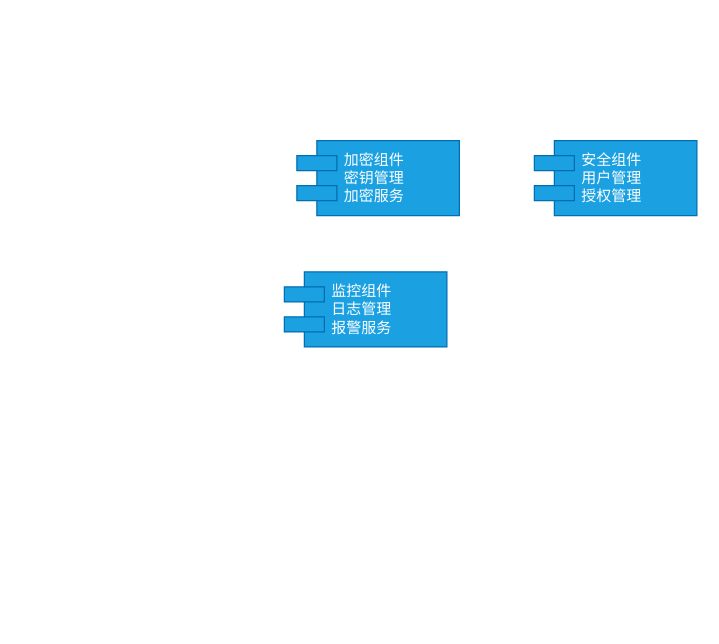
Above: Untitled Diagram.drawio in liufeng4466/dubbo (draw.io), before the change. Source tidied: cells renumbered, new cells numbered last; positions are measured from the earlier drawing's top-left corner, leaving out a move shared by most shapes. Both pictures are drawn from the tidied source at 125%, with x=0, y=0 at pixel (284, 140).
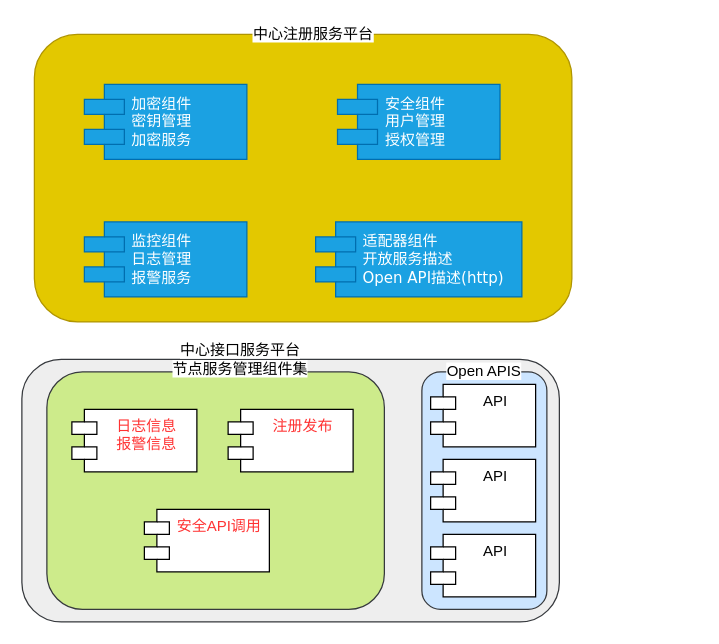
The same diagram, later.

What changed in the source:
```diff
@@
 <mxGraphModel background="#ffffff">
   <root>
     <mxCell id="0" />
     <mxCell id="1" parent="0" />
+    <mxCell id="5" style="rounded=1;whiteSpace=wrap;html=1;fillColor=#eeeeee;strokeColor=#36393d;" parent="1" vertex="1">
+      <mxGeometry x="-210" y="175" width="430" height="210" as="geometry" />
+    </mxCell>
+    <mxCell id="6" style="rounded=1;whiteSpace=wrap;html=1;fillColor=#cdeb8b;strokeColor=#36393d;" parent="1" vertex="1">
+      <mxGeometry x="-190" y="185" width="270" height="190" as="geometry" />
+    </mxCell>
+    <mxCell id="7" value="日志信息&#10;报警信息" style="shape=module;align=left;spacingLeft=20;align=center;verticalAlign=top;fontColor=#FF3333;" parent="1" vertex="1">
+      <mxGeometry x="-170" y="215" width="100" height="50" as="geometry" />
+    </mxCell>
+    <mxCell id="8" value="注册发布" style="shape=module;align=left;spacingLeft=20;align=center;verticalAlign=top;fontColor=#FF3333;" parent="1" vertex="1">
+      <mxGeometry x="-45" y="215" width="100" height="50" as="geometry" />
+    </mxCell>
+    <mxCell id="9" value="安全API调用" style="shape=module;align=left;spacingLeft=20;align=center;verticalAlign=top;fontColor=#FF3333;" parent="1" vertex="1">
+      <mxGeometry x="-112" y="295" width="100" height="50" as="geometry" />
+    </mxCell>
+    <mxCell id="10" style="rounded=1;whiteSpace=wrap;html=1;fillColor=#cce5ff;strokeColor=#36393d;" parent="1" vertex="1">
+      <mxGeometry x="110" y="185" width="100" height="190" as="geometry" />
+    </mxCell>
+    <mxCell id="11" value="API" style="shape=module;align=left;spacingLeft=20;align=center;verticalAlign=top;" parent="1" vertex="1">
+      <mxGeometry x="117" y="195" width="84" height="50" as="geometry" />
+    </mxCell>
+    <mxCell id="12" value="API" style="shape=module;align=left;spacingLeft=20;align=center;verticalAlign=top;" parent="1" vertex="1">
+      <mxGeometry x="117" y="255" width="84" height="50" as="geometry" />
+    </mxCell>
+    <mxCell id="13" value="API" style="shape=module;align=left;spacingLeft=20;align=center;verticalAlign=top;" parent="1" vertex="1">
+      <mxGeometry x="117" y="315" width="84" height="50" as="geometry" />
+    </mxCell>
+    <mxCell id="14" style="rounded=1;whiteSpace=wrap;html=1;fillColor=#e3c800;strokeColor=#B09500;fontColor=#ffffff;" parent="1" vertex="1">
+      <mxGeometry x="-200" y="-85" width="430" height="230" as="geometry" />
+    </mxCell>
     <mxCell id="2" value="加密组件&lt;br&gt;密钥管理&lt;br&gt;加密服务" style="shape=component;align=left;spacingLeft=36;rounded=0;shadow=0;comic=0;labelBackgroundColor=none;strokeWidth=1;fontFamily=Verdana;fontSize=12;html=1;fillColor=#1ba1e2;strokeColor=#006EAF;fontColor=#ffffff;" parent="1" vertex="1">
-      <mxGeometry x="10" width="130" height="60" as="geometry" />
+      <mxGeometry x="-160" y="-45" width="130" height="60" as="geometry" />
     </mxCell>
     <mxCell id="3" value="安全组件&lt;br&gt;用户管理&lt;br&gt;授权管理" style="shape=component;align=left;spacingLeft=36;rounded=0;shadow=0;comic=0;labelBackgroundColor=none;strokeWidth=1;fontFamily=Verdana;fontSize=12;html=1;fillColor=#1ba1e2;strokeColor=#006EAF;fontColor=#ffffff;" parent="1" vertex="1">
-      <mxGeometry x="200" width="130" height="60" as="geometry" />
+      <mxGeometry x="42.5" y="-45" width="130" height="60" as="geometry" />
     </mxCell>
     <mxCell id="4" value="监控组件&lt;br&gt;日志管理&lt;br&gt;报警服务" style="shape=component;align=left;spacingLeft=36;rounded=0;shadow=0;comic=0;labelBackgroundColor=none;strokeWidth=1;fontFamily=Verdana;fontSize=12;html=1;fillColor=#1ba1e2;strokeColor=#006EAF;fontColor=#ffffff;" parent="1" vertex="1">
-      <mxGeometry y="105" width="130" height="60" as="geometry" />
+      <mxGeometry x="-160" y="65" width="130" height="60" as="geometry" />
     </mxCell>
+    <mxCell id="15" value="适配器组件&lt;br&gt;开放服务描述&lt;br&gt;Open API描述(http)" style="shape=component;align=left;spacingLeft=36;rounded=0;shadow=0;comic=0;labelBackgroundColor=none;strokeWidth=1;fontFamily=Verdana;fontSize=12;html=1;fillColor=#1ba1e2;strokeColor=#006EAF;fontColor=#ffffff;" parent="1" vertex="1">
+      <mxGeometry x="25" y="65" width="165" height="60" as="geometry" />
+    </mxCell>
+    <mxCell id="16" value="&lt;span style=&quot;background-color: rgb(255 , 255 , 255)&quot;&gt;中心注册服务平台&lt;/span&gt;" style="text;html=1;strokeColor=none;fillColor=none;align=center;verticalAlign=middle;whiteSpace=wrap;rounded=0;" parent="1" vertex="1">
+      <mxGeometry x="-30" y="-95" width="107" height="20" as="geometry" />
+    </mxCell>
+    <mxCell id="17" value="&lt;span style=&quot;background-color: rgb(255 , 255 , 255)&quot;&gt;中心接口服务平台&lt;br&gt;节点服务管理组件集&lt;br&gt;&lt;/span&gt;" style="text;html=1;strokeColor=none;fillColor=none;align=center;verticalAlign=middle;whiteSpace=wrap;rounded=0;" parent="1" vertex="1">
+      <mxGeometry x="-95" y="165" width="120" height="20" as="geometry" />
+    </mxCell>
+    <mxCell id="18" value="&lt;span style=&quot;background-color: rgb(255 , 255 , 255)&quot;&gt;Open APIS&lt;br&gt;&lt;/span&gt;" style="text;html=1;strokeColor=none;fillColor=none;align=center;verticalAlign=middle;whiteSpace=wrap;rounded=0;" parent="1" vertex="1">
+      <mxGeometry x="100" y="175" width="120" height="20" as="geometry" />
+    </mxCell>
   </root>
 </mxGraphModel>
```
